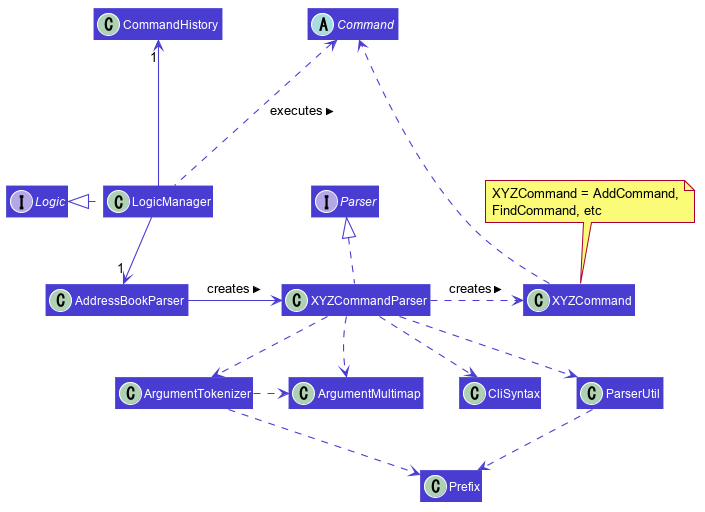
se-edu/addressbook-level4 keeps this PlantUML diagram as docs/images/logic-class-diagram.png. Above is the earlier version.
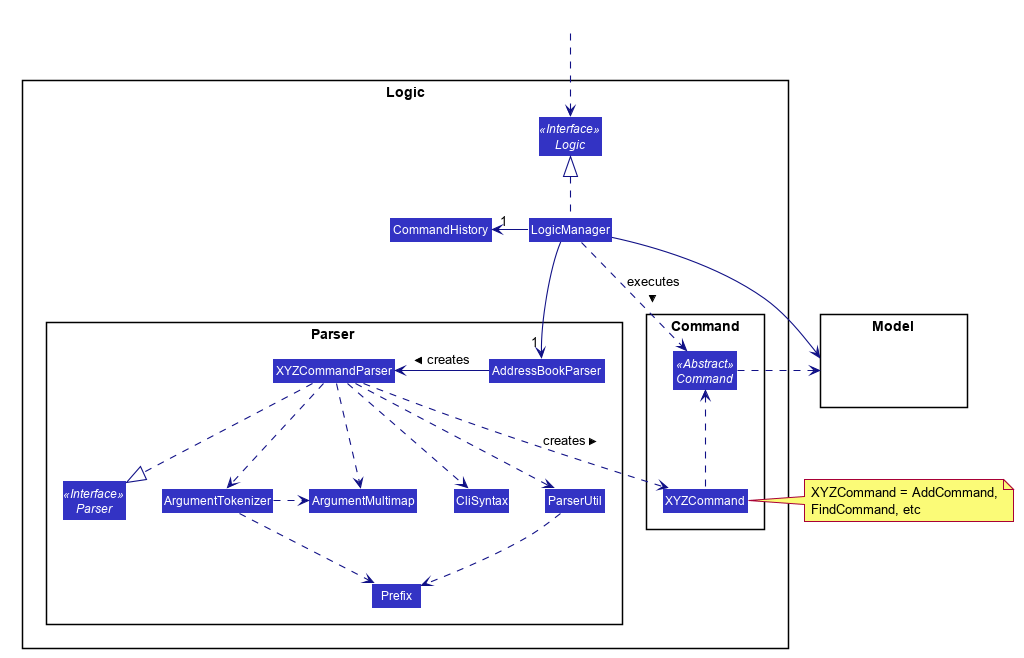
After the commit.

Diff of the diagram source:
```diff
@@ -12,9 +12,10 @@
 skinparam Shadowing false
 
 skinparam Class {
-    FontColor White
-    BorderThickness 0
+    FontColor #FFFFFF
+    BorderThickness 1
     BorderColor #FFFFFF
+    StereotypeFontColor #FFFFFF
 }
 
 skinparam Actor {
@@ -22,14 +23,12 @@
     Color #000000
 }
 
-
 skinparam Sequence {
     MessageAlign center
     BoxFontSize 15
     BoxPadding 0
     BoxFontColor #FFFFFF
 }
-
 
 skinparam Participant {
     FontColor #FFFFFFF
@@ -40,37 +39,70 @@
 skinparam ParticipantPadding 10
 skinparam Shadowing false
 skinparam DefaultTextAlignment center
+skinparam packageStyle Rectangle
 
 hide footbox
 hide members
+hide circle
+
 
 skinparam arrowThickness 1.1
-skinparam arrowColor #493DD1
-skinparam classBackgroundColor #493DD1
+skinparam arrowColor #101086
+skinparam classBackgroundColor #3333C4
+skinparam packageStyle Rectangle
+hide members
+hide circle
+package Logic {
 
+package Parser {
+Interface Parser <<Interface>>
+Class AddressBookParser
+Class XYZCommandParser
+Class CliSyntax
+Class ParserUtil
+Class ArgumentMultimap
+Class ArgumentTokenizer
+Class Prefix
+}
 
-hide members
+package Command {
+Class XYZCommand
+Abstract Class Command <<Abstract>>
+}
 
-Interface Logic
-Interface Parser
-Abstract Class Command
+Interface Logic <<Interface>>
+Class LogicManager
+Class CommandHistory
+}
 
-LogicManager .left..|> Logic
-LogicManager --up->"1" CommandHistory
-LogicManager -down->"1" AddressBookParser
-AddressBookParser -right-> XYZCommandParser: creates >
-XYZCommandParser .right.> XYZCommand : creates >
-XYZCommandParser .up.|> Parser
+package Model{
+Class HiddenModel #FFFFFF
+hide circle
+}
+
+Class HiddenOutside #FFFFFF
+HiddenOutside ..> Logic
+
+LogicManager .up.|> Logic
+LogicManager -left->"1" CommandHistory
+LogicManager -->"1" AddressBookParser
+LogicManager -[hidden]->"1" AddressBookParser
+AddressBookParser -left-> XYZCommandParser: creates >
+
+XYZCommandParser ..> XYZCommand : creates >
+XYZCommandParser ..|> Parser
 XYZCommandParser ..> ArgumentTokenizer
 XYZCommandParser ..> ArgumentMultimap
 ArgumentTokenizer .right.> ArgumentMultimap
-XYZCommandParser .[hidden].> ArgumentMultimap
+Parser -right[hidden]-> ArgumentTokenizer
 XYZCommandParser ..> CliSyntax
 XYZCommandParser ..> ParserUtil
 ParserUtil .down.> Prefix
 ArgumentTokenizer .down.> Prefix
-XYZCommand .right.> Command
-LogicManager .up..> Command : executes >
+XYZCommand .up.> Command
+LogicManager ..> Command : executes >
 
-note top of XYZCommand: XYZCommand = AddCommand, \nFindCommand, etc
+LogicManager --> Model
+Command .right.> Model
+note right of XYZCommand: XYZCommand = AddCommand, \nFindCommand, etc
 @enduml
```
